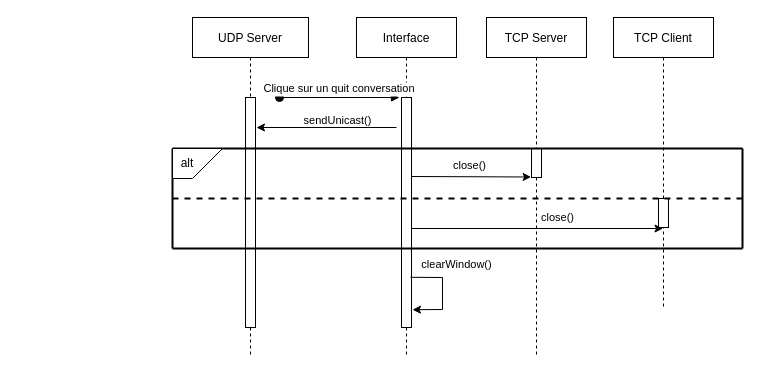
martemr/Project_chat_system keeps this draw.io diagram as ressources/Design UML/Deconnection_Sequence_Diagram.drawio. Above is the earlier version. Source tidied: cells renumbered, new cells numbered last; positions are measured from the earlier drawing's top-left corner, leaving out a move shared by most shapes. Both pictures are drawn from the tidied source at 100%, with x=0, y=0 at pixel (172, 17).
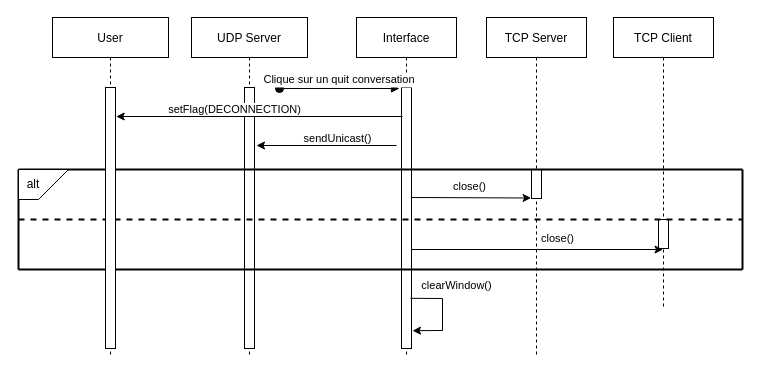
The same diagram, later.

Unchanged cells that the change refers to:
```xml
<mxCell id="2" value="TCP Client" style="shape=umlLifeline;perimeter=lifelinePerimeter;rounded=0;shadow=0;strokeWidth=1;" parent="1" vertex="1">
  <mxGeometry x="441" width="100" height="290" as="geometry" />
</mxCell>
<mxCell id="6" value="Interface" style="shape=umlLifeline;perimeter=lifelinePerimeter;rounded=0;shadow=0;strokeWidth=1;" parent="1" vertex="1">
  <mxGeometry x="184" width="100" height="340" as="geometry" />
</mxCell>
<mxCell id="14" value="TCP Server" style="shape=umlLifeline;perimeter=lifelinePerimeter;rounded=0;shadow=0;strokeWidth=1;" parent="1" vertex="1">
  <mxGeometry x="314" width="100" height="340" as="geometry" />
</mxCell>
```

The edit, as a diff of the source:
```diff
@@
     <mxCell id="3" style="perimeter=orthogonalPerimeter;rounded=0;shadow=0;strokeWidth=1;" parent="2" vertex="1">
-      <mxGeometry x="45" y="181" width="10" height="29" as="geometry" />
+      <mxGeometry x="45" y="202" width="10" height="29" as="geometry" />
     </mxCell>
     <mxCell id="4" value="UDP Server" style="shape=umlLifeline;perimeter=lifelinePerimeter;rounded=0;shadow=0;strokeWidth=1;" parent="1" vertex="1">
-      <mxGeometry x="20" width="116" height="340" as="geometry" />
+      <mxGeometry x="19" width="116" height="340" as="geometry" />
     </mxCell>
     <mxCell id="5" style="perimeter=orthogonalPerimeter;rounded=0;shadow=0;strokeWidth=1;" parent="4" vertex="1">
-      <mxGeometry x="53" y="80" width="10" height="230" as="geometry" />
+      <mxGeometry x="53" y="70" width="10" height="261" as="geometry" />
     </mxCell>
+    <mxCell id="25" style="endArrow=classic;html=1;rounded=0;" parent="4" edge="1">
+      <mxGeometry relative="1" as="geometry">
+        <mxPoint x="205" y="128" as="sourcePoint" />
+        <mxPoint x="65" y="128" as="targetPoint" />
+      </mxGeometry>
+    </mxCell>
+    <mxCell id="26" value="sendUnicast()" style="edgeLabel;html=1;align=center;verticalAlign=middle;" parent="25" vertex="1">
+      <mxGeometry x="0.49" relative="1" as="geometry">
+        <mxPoint x="44" y="-8" as="offset" />
+      </mxGeometry>
+    </mxCell>
@@
     <mxCell id="7" style="endArrow=classic;html=1;rounded=0;entryX=-0.038;entryY=0.525;entryDx=0;entryDy=0;entryPerimeter=0;" parent="6" edge="1">
       <mxGeometry relative="1" as="geometry">
-        <mxPoint x="55" y="159" as="sourcePoint" />
-        <mxPoint x="174.6" y="159.5" as="targetPoint" />
+        <mxPoint x="55" y="180" as="sourcePoint" />
+        <mxPoint x="174.6" y="180.5" as="targetPoint" />
       </mxGeometry>
     </mxCell>
@@
     <mxCell id="9" style="perimeter=orthogonalPerimeter;rounded=0;shadow=0;strokeWidth=1;" parent="6" vertex="1">
-      <mxGeometry x="45" y="80" width="10" height="230" as="geometry" />
+      <mxGeometry x="45" y="70" width="10" height="261" as="geometry" />
     </mxCell>
     <mxCell id="10" style="endArrow=classic;html=1;rounded=0;" parent="6" edge="1">
       <mxGeometry relative="1" as="geometry">
-        <mxPoint x="40" y="110" as="sourcePoint" />
-        <mxPoint x="-100" y="110" as="targetPoint" />
+        <mxPoint x="46" y="99" as="sourcePoint" />
+        <mxPoint x="-240.3" y="99" as="targetPoint" />
       </mxGeometry>
     </mxCell>
-    <mxCell id="11" value="sendUnicast()" style="edgeLabel;html=1;align=center;verticalAlign=middle;" parent="10" vertex="1">
+    <mxCell id="11" value="setFlag(DECONNECTION)" style="edgeLabel;html=1;align=center;verticalAlign=middle;" parent="10" vertex="1">
       <mxGeometry x="0.49" relative="1" as="geometry">
         <mxPoint x="44" y="-8" as="offset" />
       </mxGeometry>
     </mxCell>
     <mxCell id="12" style="endArrow=classic;html=1;rounded=0;" parent="6" edge="1">
       <mxGeometry relative="1" as="geometry">
-        <mxPoint x="55" y="211" as="sourcePoint" />
-        <mxPoint x="306.5" y="211" as="targetPoint" />
+        <mxPoint x="55" y="232" as="sourcePoint" />
+        <mxPoint x="306.5" y="232" as="targetPoint" />
       </mxGeometry>
     </mxCell>
@@
     <mxCell id="15" style="perimeter=orthogonalPerimeter;rounded=0;shadow=0;strokeWidth=1;" parent="14" vertex="1">
-      <mxGeometry x="45" y="131" width="10" height="29" as="geometry" />
+      <mxGeometry x="45" y="152" width="10" height="29" as="geometry" />
     </mxCell>
     <mxCell id="16" style="endArrow=none;html=1;rounded=0;fontFamily=Helvetica;fontSize=12;fontColor=default;strokeWidth=2;dashed=1;" parent="14" edge="1">
       <mxGeometry relative="1" as="geometry">
-        <mxPoint x="-314" y="181" as="sourcePoint" />
-        <mxPoint x="256" y="181" as="targetPoint" />
+        <mxPoint x="-468" y="202" as="sourcePoint" />
+        <mxPoint x="256" y="202" as="targetPoint" />
       </mxGeometry>
     </mxCell>
     <mxCell id="17" style="endArrow=none;html=1;rounded=0;fontFamily=Helvetica;fontSize=12;fontColor=default;strokeWidth=2;" parent="14" edge="1">
       <mxGeometry relative="1" as="geometry">
-        <mxPoint x="-314" y="231" as="sourcePoint" />
-        <mxPoint x="256" y="231" as="targetPoint" />
+        <mxPoint x="-468" y="252" as="sourcePoint" />
+        <mxPoint x="256" y="252" as="targetPoint" />
       </mxGeometry>
     </mxCell>
     <mxCell id="18" style="endArrow=none;html=1;rounded=0;fontFamily=Helvetica;fontSize=12;fontColor=default;strokeWidth=2;exitX=1;exitY=1;exitDx=0;exitDy=0;exitPerimeter=0;" parent="14" edge="1" source="21">
       <mxGeometry relative="1" as="geometry">
-        <mxPoint x="256" y="131" as="targetPoint" />
+        <mxPoint x="256" y="152" as="targetPoint" />
       </mxGeometry>
     </mxCell>
     <mxCell id="19" value="Clique sur un quit conversation" style="verticalAlign=bottom;startArrow=oval;endArrow=block;startSize=8;shadow=0;strokeWidth=1;" parent="1" edge="1">
       <mxGeometry relative="1" as="geometry">
-        <mxPoint x="107" y="80" as="sourcePoint" />
-        <mxPoint x="227" y="80" as="targetPoint" />
+        <mxPoint x="107" y="71" as="sourcePoint" />
+        <mxPoint x="227" y="71" as="targetPoint" />
       </mxGeometry>
     </mxCell>
     <mxCell id="20" style="endArrow=none;html=1;rounded=0;fontFamily=Helvetica;fontSize=12;fontColor=default;strokeWidth=2;" parent="1" edge="1">
       <mxGeometry relative="1" as="geometry">
-        <mxPoint y="231" as="sourcePoint" />
-        <mxPoint y="131" as="targetPoint" />
+        <mxPoint x="-154" y="252" as="sourcePoint" />
+        <mxPoint x="-154" y="152" as="targetPoint" />
       </mxGeometry>
     </mxCell>
     <mxCell id="21" value="alt&amp;nbsp;&amp;nbsp;&amp;nbsp;&amp;nbsp;&amp;nbsp;&amp;nbsp; " style="shape=card;whiteSpace=wrap;html=1;rounded=0;shadow=0;fontFamily=Helvetica;fontSize=12;fontColor=default;strokeColor=default;strokeWidth=1;fillColor=default;gradientColor=none;flipV=1;flipH=1;" parent="1" vertex="1">
-      <mxGeometry y="131" width="50" height="30" as="geometry" />
+      <mxGeometry x="-154" y="152" width="50" height="30" as="geometry" />
     </mxCell>
     <mxCell id="22" style="endArrow=none;html=1;rounded=0;fontFamily=Helvetica;fontSize=12;fontColor=default;strokeWidth=2;" parent="1" edge="1">
       <mxGeometry relative="1" as="geometry">
-        <mxPoint x="570" y="231" as="sourcePoint" />
-        <mxPoint x="570" y="131" as="targetPoint" />
+        <mxPoint x="570" y="252" as="sourcePoint" />
+        <mxPoint x="570" y="152" as="targetPoint" />
       </mxGeometry>
     </mxCell>
     <mxCell id="23" style="endArrow=classic;html=1;rounded=0;exitX=0.893;exitY=0.064;exitDx=0;exitDy=0;exitPerimeter=0;entryX=1.1;entryY=0.226;entryDx=0;entryDy=0;entryPerimeter=0;" parent="1" edge="1">
       <mxGeometry relative="1" as="geometry">
-        <mxPoint x="237.9" y="259.8" as="sourcePoint" />
-        <mxPoint x="240" y="292.2" as="targetPoint" />
+        <mxPoint x="237.9" y="280.8" as="sourcePoint" />
+        <mxPoint x="240" y="313.2" as="targetPoint" />
         <Array as="points">
-          <mxPoint x="270" y="260" />
-          <mxPoint x="270" y="292" />
+          <mxPoint x="270" y="281" />
+          <mxPoint x="270" y="313" />
         </Array>
       </mxGeometry>
     </mxCell>
@@
+    <mxCell id="27" value="User" style="shape=umlLifeline;perimeter=lifelinePerimeter;rounded=0;shadow=0;strokeWidth=1;" parent="1" vertex="1">
+      <mxGeometry x="-120" width="116" height="340" as="geometry" />
+    </mxCell>
+    <mxCell id="28" style="perimeter=orthogonalPerimeter;rounded=0;shadow=0;strokeWidth=1;" parent="27" vertex="1">
+      <mxGeometry x="53" y="70" width="10" height="261" as="geometry" />
+    </mxCell>
```
